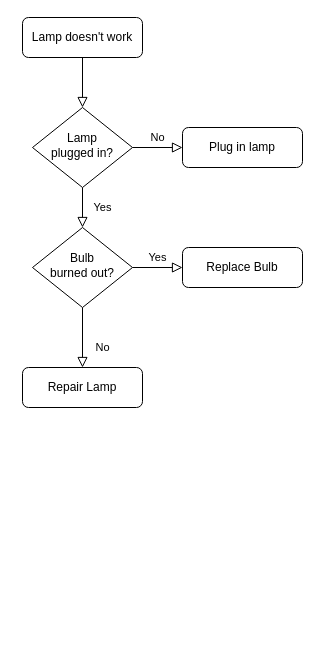
This is wasps.drawio from yankooo/draw.io, a draw.io file, before an edit. Source tidied: cells renumbered, new cells numbered last; positions are measured from the earlier drawing's top-left corner, leaving out a move shared by most shapes. Both pictures are drawn from the tidied source at 100%, with x=0, y=0 at pixel (22, 17).
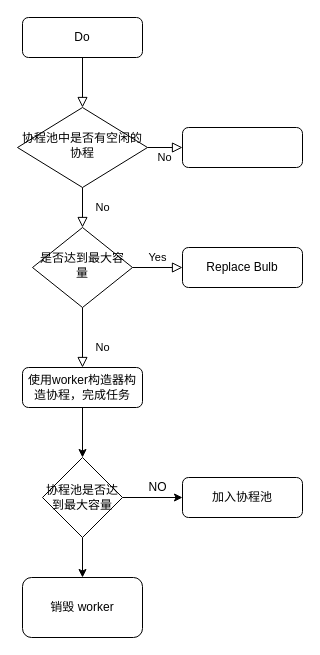
After the change.

Diff of the diagram source:
```diff
@@
 <mxGraphModel>
   <root>
     <mxCell id="0" />
     <mxCell id="1" parent="0" />
     <mxCell id="2" style="rounded=0;html=1;jettySize=auto;fontSize=11;endArrow=block;endFill=0;endSize=8;strokeWidth=1;shadow=0;labelBackgroundColor=none;edgeStyle=orthogonalEdgeStyle;" parent="1" edge="1" source="3" target="6">
       <mxGeometry relative="1" as="geometry" />
     </mxCell>
-    <mxCell id="3" value="Lamp doesn't work" style="rounded=1;whiteSpace=wrap;html=1;fontSize=12;glass=0;strokeWidth=1;shadow=0;" parent="1" vertex="1">
+    <mxCell id="3" value="Do" style="rounded=1;whiteSpace=wrap;html=1;fontSize=12;glass=0;strokeWidth=1;shadow=0;" parent="1" vertex="1">
       <mxGeometry width="120" height="40" as="geometry" />
     </mxCell>
-    <mxCell id="4" value="Yes" style="rounded=0;html=1;jettySize=auto;fontSize=11;endArrow=block;endFill=0;endSize=8;strokeWidth=1;shadow=0;labelBackgroundColor=none;edgeStyle=orthogonalEdgeStyle;" parent="1" edge="1" source="6" target="10">
+    <mxCell id="4" value="No" style="rounded=0;html=1;jettySize=auto;fontSize=11;endArrow=block;endFill=0;endSize=8;strokeWidth=1;shadow=0;labelBackgroundColor=none;edgeStyle=orthogonalEdgeStyle;" parent="1" edge="1" source="6" target="10">
       <mxGeometry y="20" relative="1" as="geometry" />
     </mxCell>
     <mxCell id="5" value="No" style="edgeStyle=orthogonalEdgeStyle;rounded=0;html=1;jettySize=auto;fontSize=11;endArrow=block;endFill=0;endSize=8;strokeWidth=1;shadow=0;labelBackgroundColor=none;" parent="1" edge="1" source="6" target="7">
       <mxGeometry y="10" relative="1" as="geometry" />
     </mxCell>
-    <mxCell id="6" value="Lamp&lt;br&gt;plugged in?" style="rhombus;whiteSpace=wrap;html=1;shadow=0;fontFamily=Helvetica;fontSize=12;align=center;strokeWidth=1;spacing=6;spacingTop=-4;" parent="1" vertex="1">
-      <mxGeometry x="10" y="90" width="100" height="80" as="geometry" />
+    <mxCell id="6" value="协程池中是否有空闲的协程" style="rhombus;whiteSpace=wrap;html=1;shadow=0;fontFamily=Helvetica;fontSize=12;align=center;strokeWidth=1;spacing=6;spacingTop=-4;" parent="1" vertex="1">
+      <mxGeometry x="-5" y="90" width="130" height="80" as="geometry" />
     </mxCell>
-    <mxCell id="7" value="Plug in lamp" style="rounded=1;whiteSpace=wrap;html=1;fontSize=12;glass=0;strokeWidth=1;shadow=0;" parent="1" vertex="1">
+    <mxCell id="7" style="rounded=1;whiteSpace=wrap;html=1;fontSize=12;glass=0;strokeWidth=1;shadow=0;" parent="1" vertex="1">
       <mxGeometry x="160" y="110" width="120" height="40" as="geometry" />
     </mxCell>
     <mxCell id="8" value="No" style="rounded=0;html=1;jettySize=auto;fontSize=11;endArrow=block;endFill=0;endSize=8;strokeWidth=1;shadow=0;labelBackgroundColor=none;edgeStyle=orthogonalEdgeStyle;" parent="1" edge="1" source="10" target="11">
       <mxGeometry x="0.33" y="20" relative="1" as="geometry" />
     </mxCell>
     <mxCell id="9" value="Yes" style="edgeStyle=orthogonalEdgeStyle;rounded=0;html=1;jettySize=auto;fontSize=11;endArrow=block;endFill=0;endSize=8;strokeWidth=1;shadow=0;labelBackgroundColor=none;" parent="1" edge="1" source="10" target="12">
       <mxGeometry y="10" relative="1" as="geometry" />
     </mxCell>
-    <mxCell id="10" value="Bulb&lt;br&gt;burned out?" style="rhombus;whiteSpace=wrap;html=1;shadow=0;fontFamily=Helvetica;fontSize=12;align=center;strokeWidth=1;spacing=6;spacingTop=-4;" parent="1" vertex="1">
+    <mxCell id="10" value="是否达到最大容量" style="rhombus;whiteSpace=wrap;html=1;shadow=0;fontFamily=Helvetica;fontSize=12;align=center;strokeWidth=1;spacing=6;spacingTop=-4;" parent="1" vertex="1">
       <mxGeometry x="10" y="210" width="100" height="80" as="geometry" />
     </mxCell>
+    <mxCell id="13" style="edgeStyle=orthogonalEdgeStyle;rounded=0;jettySize=auto;html=1;" parent="1" edge="1" source="11" target="17">
+      <mxGeometry relative="1" as="geometry" />
+    </mxCell>
-    <mxCell id="11" value="Repair Lamp" style="rounded=1;whiteSpace=wrap;html=1;fontSize=12;glass=0;strokeWidth=1;shadow=0;" parent="1" vertex="1">
+    <mxCell id="11" value="使用worker构造器构造协程，完成任务" style="rounded=1;whiteSpace=wrap;html=1;fontSize=12;glass=0;strokeWidth=1;shadow=0;" parent="1" vertex="1">
       <mxGeometry y="350" width="120" height="40" as="geometry" />
     </mxCell>
+    <mxCell id="14" style="edgeStyle=orthogonalEdgeStyle;rounded=0;jettySize=auto;html=1;exitX=1;exitY=0.5;exitDx=0;exitDy=0;" parent="1" edge="1" source="17" target="15">
+      <mxGeometry relative="1" as="geometry" />
+    </mxCell>
+    <mxCell id="15" value="加入协程池" style="rounded=1;whiteSpace=wrap;html=1;fontSize=12;glass=0;strokeWidth=1;shadow=0;" parent="1" vertex="1">
+      <mxGeometry x="160" y="460" width="120" height="40" as="geometry" />
+    </mxCell>
     <mxCell id="12" value="Replace Bulb" style="rounded=1;whiteSpace=wrap;html=1;fontSize=12;glass=0;strokeWidth=1;shadow=0;" parent="1" vertex="1">
       <mxGeometry x="160" y="230" width="120" height="40" as="geometry" />
     </mxCell>
+    <mxCell id="16" style="edgeStyle=orthogonalEdgeStyle;rounded=0;jettySize=auto;html=1;" parent="1" edge="1" source="17" target="19">
+      <mxGeometry relative="1" as="geometry" />
+    </mxCell>
+    <mxCell id="17" value="协程池是否达到最大容量" style="rhombus;whiteSpace=wrap;html=1;" parent="1" vertex="1">
+      <mxGeometry x="20" y="440" width="80" height="80" as="geometry" />
+    </mxCell>
+    <mxCell id="18" value="NO" style="text;html=1;align=center;verticalAlign=middle;" parent="1" vertex="1">
+      <mxGeometry x="120" y="460" width="30" height="20" as="geometry" />
+    </mxCell>
+    <mxCell id="19" value="销毁 worker" style="rounded=1;whiteSpace=wrap;html=1;" parent="1" vertex="1">
+      <mxGeometry y="560" width="120" height="60" as="geometry" />
+    </mxCell>
   </root>
 </mxGraphModel>
```
